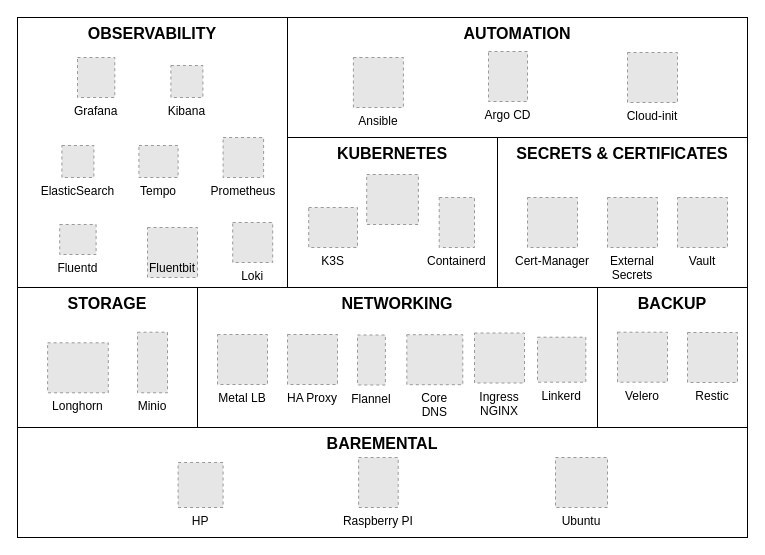
Before: design/picluster-stack.drawio in ricsanfre/pi-cluster, a draw.io diagram. Source tidied: cells renumbered, new cells numbered last; positions are measured from the earlier drawing's top-left corner, leaving out a move shared by most shapes. Both pictures are drawn from the tidied source at 100%, with x=0, y=0 at pixel (17, 17). Pictures stored in the file or linked from it are replaced by grey dashed boxes.
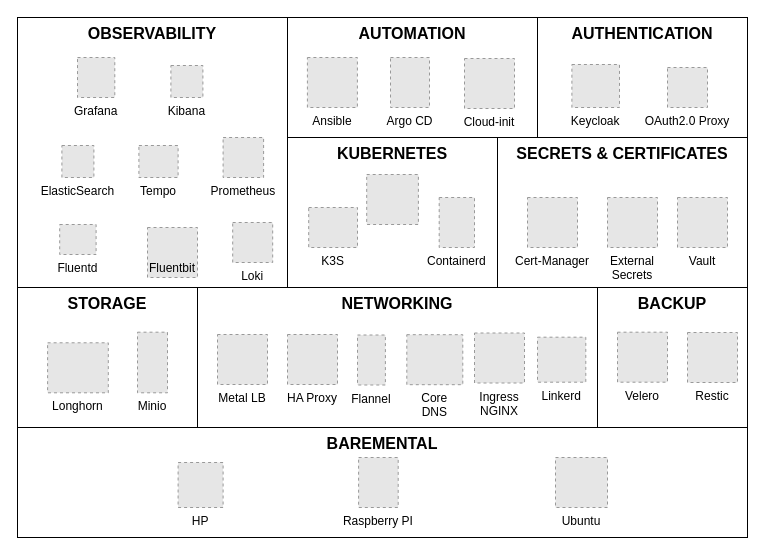
Above is the later version.

Diff of the diagram source:
```diff
@@
     <mxCell id="5" value="&lt;font style=&quot;font-size: 16px;&quot;&gt;&lt;b&gt;AUTOMATION&lt;/b&gt;&lt;/font&gt;" style="rounded=0;whiteSpace=wrap;html=1;labelPosition=center;verticalLabelPosition=middle;align=center;verticalAlign=top;" parent="1" vertex="1">
-      <mxGeometry x="270" width="460" height="120" as="geometry" />
+      <mxGeometry x="270" width="250" height="120" as="geometry" />
     </mxCell>
@@
     <mxCell id="32" value="Argo CD" style="fillColor=#E6E6E6;strokeColor=#999999;dashed=1;verticalLabelPosition=bottom;verticalAlign=top;" parent="1" vertex="1">
-      <mxGeometry x="471" y="34" width="39" height="50" as="geometry" />
+      <mxGeometry x="373" y="40" width="39" height="50" as="geometry" />
     </mxCell>
     <mxCell id="33" value="Cloud-init" style="fillColor=#E6E6E6;strokeColor=#999999;dashed=1;verticalLabelPosition=bottom;verticalAlign=top;" parent="1" vertex="1">
-      <mxGeometry x="610" y="35" width="50" height="50" as="geometry" />
+      <mxGeometry x="447" y="41" width="50" height="50" as="geometry" />
     </mxCell>
     <mxCell id="34" value="Ansible" style="fillColor=#E6E6E6;strokeColor=#999999;dashed=1;verticalLabelPosition=bottom;verticalAlign=top;" parent="1" vertex="1">
-      <mxGeometry x="335.9" y="40" width="50" height="50" as="geometry" />
+      <mxGeometry x="289.9" y="40" width="50" height="50" as="geometry" />
     </mxCell>
@@
+    <mxCell id="41" value="&lt;font style=&quot;font-size: 16px;&quot;&gt;&lt;b&gt;AUTHENTICATION&lt;/b&gt;&lt;/font&gt;" style="rounded=0;whiteSpace=wrap;html=1;labelPosition=center;verticalLabelPosition=middle;align=center;verticalAlign=top;" parent="1" vertex="1">
+      <mxGeometry x="520" width="210" height="120" as="geometry" />
+    </mxCell>
+    <mxCell id="42" value="Keycloak" style="fillColor=#E6E6E6;strokeColor=#999999;dashed=1;verticalLabelPosition=bottom;verticalAlign=top;" parent="1" vertex="1">
+      <mxGeometry x="554.4" y="47" width="47.6" height="43" as="geometry" />
+    </mxCell>
+    <mxCell id="43" value="OAuth2.0 Proxy" style="fillColor=#E6E6E6;strokeColor=#999999;dashed=1;verticalLabelPosition=bottom;verticalAlign=top;" parent="1" vertex="1">
+      <mxGeometry x="650" y="50" width="40" height="40" as="geometry" />
+    </mxCell>
```
